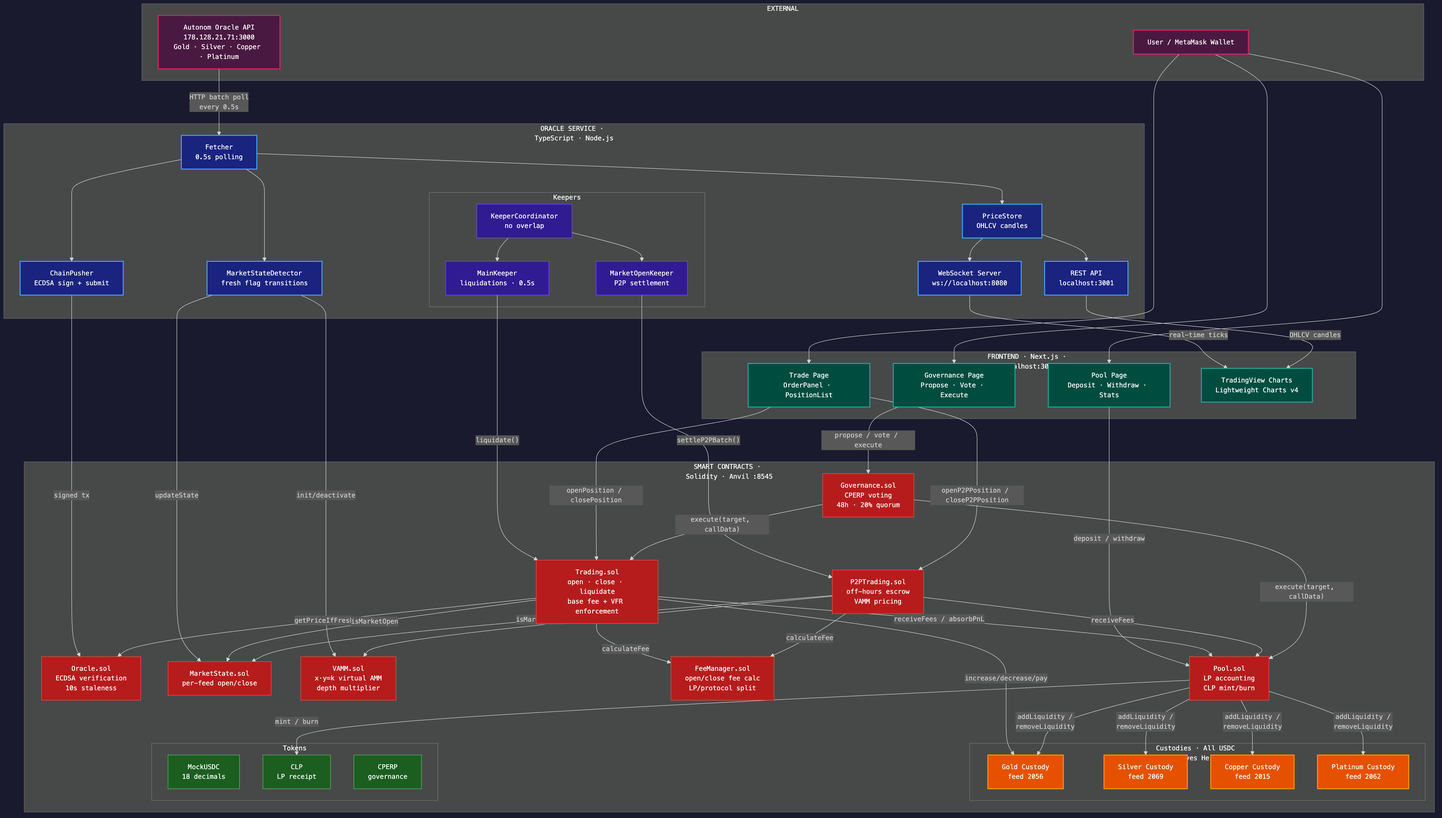
PixieDust0304/ctc-perps-rwa keeps this Mermaid diagram as FLOW.png. Above is the earlier version. Its source is kept beside it as flow.mmd. Source of this version:
```mermaid
%%{init: {'theme': 'dark', 'themeVariables': { 'fontSize': '14px', 'fontFamily': 'monospace' }}}%%
graph TB
    subgraph EXTERNAL["EXTERNAL"]
        AUTONOM["Autonom Oracle API<br/>178.128.21.71:3000<br/>Gold · Silver · Copper · Platinum"]
        USER["User / MetaMask Wallet"]
    end

    subgraph ORACLE_SERVICE["ORACLE SERVICE · TypeScript · Node.js"]
        FETCHER["Fetcher<br/>0.5s polling"]
        PRICESTORE["PriceStore<br/>OHLCV candles"]
        CHAINPUSHER["ChainPusher<br/>ECDSA sign + submit"]
        MARKETDETECTOR["MarketStateDetector<br/>fresh flag transitions"]
        WSSERVER["WebSocket Server<br/>ws://localhost:8080"]
        RESTAPI["REST API<br/>localhost:3001"]

        subgraph KEEPERS["Keepers"]
            COORDINATOR["KeeperCoordinator<br/>no overlap"]
            MAINKEEPER["MainKeeper<br/>liquidations · 0.5s"]
            MARKETKEEPER["MarketOpenKeeper<br/>P2P settlement"]
        end
    end

    subgraph FRONTEND["FRONTEND · Next.js · localhost:3000"]
        TRADEPAGE["Trade Page<br/>OrderPanel · PositionList"]
        POOLPAGE["Pool Page<br/>Deposit · Withdraw · Stats"]
        GOVPAGE["Governance Page<br/>Propose · Vote · Execute"]
        CHART["TradingView Charts<br/>Lightweight Charts v4"]
    end

    subgraph CONTRACTS["SMART CONTRACTS · Solidity · Anvil :8545"]
        ORACLE_SOL["Oracle.sol<br/>ECDSA verification<br/>10s staleness"]
        MARKETSTATE["MarketState.sol<br/>per-feed open/close"]
        TRADING["Trading.sol<br/>open · close · liquidate<br/>base fee + VFR enforcement"]
        P2PTRADING["P2PTrading.sol<br/>off-hours escrow<br/>VAMM pricing"]
        VAMM["VAMM.sol<br/>x·y=k virtual AMM<br/>depth multiplier"]
        FEEMANAGER["FeeManager.sol<br/>open/close fee calc<br/>LP/protocol split"]
        POOL["Pool.sol<br/>LP accounting<br/>CLP mint/burn"]
        GOVERNANCE["Governance.sol<br/>CPERP voting<br/>48h · 20% quorum"]

        subgraph CUSTODIES["Custodies · All USDC Lives Here"]
            CUSTODY_GOLD["Gold Custody<br/>feed 2056"]
            CUSTODY_SILVER["Silver Custody<br/>feed 2069"]
            CUSTODY_COPPER["Copper Custody<br/>feed 2015"]
            CUSTODY_PLAT["Platinum Custody<br/>feed 2062"]
        end

        subgraph TOKENS["Tokens"]
            USDC["MockUSDC<br/>18 decimals"]
            CLP["CLP<br/>LP receipt"]
            CPERP["CPERP<br/>governance"]
        end
    end

    AUTONOM -->|"HTTP batch poll<br/>every 0.5s"| FETCHER
    FETCHER --> PRICESTORE
    FETCHER --> CHAINPUSHER
    FETCHER --> MARKETDETECTOR
    PRICESTORE --> WSSERVER
    PRICESTORE --> RESTAPI
    CHAINPUSHER -->|"signed tx"| ORACLE_SOL
    MARKETDETECTOR -->|"updateState"| MARKETSTATE
    MARKETDETECTOR -->|"init/deactivate"| VAMM

    COORDINATOR --> MAINKEEPER
    COORDINATOR --> MARKETKEEPER
    MAINKEEPER -->|"liquidate()"| TRADING
    MARKETKEEPER -->|"settleP2PBatch()"| P2PTRADING

    WSSERVER -->|"real-time ticks"| CHART
    RESTAPI -->|"OHLCV candles"| CHART
    USER --> TRADEPAGE
    USER --> POOLPAGE
    USER --> GOVPAGE
    TRADEPAGE -->|"openPosition / closePosition"| TRADING
    TRADEPAGE -->|"openP2PPosition / closeP2PPosition"| P2PTRADING
    POOLPAGE -->|"deposit / withdraw"| POOL
    GOVPAGE -->|"propose / vote / execute"| GOVERNANCE

    TRADING -->|"getPriceIfFresh"| ORACLE_SOL
    TRADING -->|"isMarketOpen"| MARKETSTATE
    TRADING -->|"calculateFee"| FEEMANAGER
    TRADING -->|"increase/decrease/pay"| CUSTODY_GOLD
    TRADING -->|"receiveFees / absorbPnL"| POOL

    P2PTRADING -->|"swap / reverseSwap"| VAMM
    P2PTRADING -->|"isMarketOpen"| MARKETSTATE
    P2PTRADING -->|"calculateFee"| FEEMANAGER
    P2PTRADING -->|"receiveFees"| POOL

    POOL -->|"addLiquidity /<br/>removeLiquidity"| CUSTODY_GOLD
    POOL -->|"addLiquidity /<br/>removeLiquidity"| CUSTODY_SILVER
    POOL -->|"addLiquidity /<br/>removeLiquidity"| CUSTODY_COPPER
    POOL -->|"addLiquidity /<br/>removeLiquidity"| CUSTODY_PLAT
    POOL -->|"mint / burn"| CLP

    GOVERNANCE -->|"execute(target, callData)"| TRADING
    GOVERNANCE -->|"execute(target, callData)"| POOL

    classDef external fill:#4a1942,stroke:#e91e63,stroke-width:2px,color:#fff
    classDef oracle fill:#1a237e,stroke:#42a5f5,stroke-width:2px,color:#fff
    classDef frontend fill:#004d40,stroke:#26a69a,stroke-width:2px,color:#fff
    classDef contract fill:#b71c1c,stroke:#ef5350,stroke-width:1px,color:#fff
    classDef custody fill:#e65100,stroke:#ff9800,stroke-width:2px,color:#fff
    classDef token fill:#1b5e20,stroke:#66bb6a,stroke-width:1px,color:#fff
    classDef keeper fill:#311b92,stroke:#7c4dff,stroke-width:1px,color:#fff

    class AUTONOM,USER external
    class FETCHER,PRICESTORE,CHAINPUSHER,MARKETDETECTOR,WSSERVER,RESTAPI oracle
    class COORDINATOR,MAINKEEPER,MARKETKEEPER keeper
    class TRADEPAGE,POOLPAGE,GOVPAGE,CHART frontend
    class ORACLE_SOL,MARKETSTATE,TRADING,P2PTRADING,VAMM,FEEMANAGER,POOL,GOVERNANCE contract
    class CUSTODY_GOLD,CUSTODY_SILVER,CUSTODY_COPPER,CUSTODY_PLAT custody
    class USDC,CLP,CPERP token
```
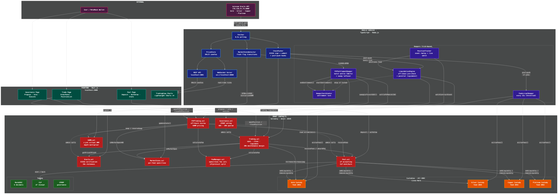
The same diagram one commit later.

The edit, as a diff of the source:
```diff
@@ -8,15 +8,17 @@
     subgraph ORACLE_SERVICE["ORACLE SERVICE · TypeScript · Node.js"]
         FETCHER["Fetcher<br/>0.5s polling"]
         PRICESTORE["PriceStore<br/>OHLCV candles"]
-        CHAINPUSHER["ChainPusher<br/>ECDSA sign + submit"]
+        CHAINPUSHER["ChainPusher<br/>ECDSA sign + submit<br/>+ post-push hooks"]
         MARKETDETECTOR["MarketStateDetector<br/>fresh flag transitions"]
         WSSERVER["WebSocket Server<br/>ws://localhost:8080"]
         RESTAPI["REST API<br/>localhost:3001"]
 
-        subgraph KEEPERS["Keepers"]
-            COORDINATOR["KeeperCoordinator<br/>no overlap"]
-            MAINKEEPER["MainKeeper<br/>liquidations · 0.5s"]
-            MARKETKEEPER["MarketOpenKeeper<br/>P2P settlement"]
+        subgraph KEEPERS["Keepers (tick-based, not polling)"]
+            COORDINATOR["KeeperCoordinator<br/>settlement lock"]
+            FAK["FeeAccrualKeeper<br/>every 15s (throttled)"]
+            LE["LiquidationEngine<br/>off-chain pre-check<br/>+ parallel liquidate()"]
+            PT["PositionTracker<br/>event replay + live watch"]
+            PSK["P2PSettlementKeeper<br/>batch settle (50/tx)<br/>+ sweep leftover"]
         end
     end
 
@@ -30,7 +32,7 @@
     subgraph CONTRACTS["SMART CONTRACTS · Solidity · Anvil :8545"]
         ORACLE_SOL["Oracle.sol<br/>ECDSA verification<br/>10s staleness"]
         MARKETSTATE["MarketState.sol<br/>per-feed open/close"]
-        TRADING["Trading.sol<br/>open · close · liquidate<br/>base fee + VFR enforcement"]
+        TRADING["Trading.sol<br/>open · close · liquidate<br/>30% maintenance margin"]
         P2PTRADING["P2PTrading.sol<br/>off-hours escrow<br/>VAMM pricing"]
         VAMM["VAMM.sol<br/>x·y=k virtual AMM<br/>depth multiplier"]
         FEEMANAGER["FeeManager.sol<br/>open/close fee calc<br/>LP/protocol split"]
@@ -45,7 +47,7 @@
         end
 
         subgraph TOKENS["Tokens"]
-            USDC["MockUSDC<br/>18 decimals"]
+            USDC["MockUSDC<br/>6 decimals"]
             CLP["CLP<br/>LP receipt"]
             CPERP["CPERP<br/>governance"]
         end
@@ -53,18 +55,34 @@
 
     AUTONOM -->|"HTTP batch poll<br/>every 0.5s"| FETCHER
     FETCHER --> PRICESTORE
+    FETCHER --> MARKETDETECTOR
     FETCHER --> CHAINPUSHER
-    FETCHER --> MARKETDETECTOR
     PRICESTORE --> WSSERVER
     PRICESTORE --> RESTAPI
+
     CHAINPUSHER -->|"signed tx"| ORACLE_SOL
-    MARKETDETECTOR -->|"updateState"| MARKETSTATE
-    MARKETDETECTOR -->|"init/deactivate"| VAMM
+    CHAINPUSHER -->|"post-push<br/>if ≥15s"| FAK
+    CHAINPUSHER -->|"post-push<br/>every tick"| LE
 
-    COORDINATOR --> MAINKEEPER
-    COORDINATOR --> MARKETKEEPER
-    MAINKEEPER -->|"liquidate()"| TRADING
-    MARKETKEEPER -->|"settleP2PBatch()"| P2PTRADING
+    MARKETDETECTOR -->|"CLOSED→OPEN"| PSK
+    MARKETDETECTOR -->|"OPEN→CLOSED<br/>initializeVAMM"| VAMM
+
+    FAK -->|"accrueFees()"| CUSTODY_GOLD
+    FAK -->|"accrueFees()"| CUSTODY_SILVER
+    FAK -->|"accrueFees()"| CUSTODY_COPPER
+    FAK -->|"accrueFees()"| CUSTODY_PLAT
+
+    PT -->|"positions feed"| LE
+    PT -->|"watchContractEvent"| TRADING
+    LE -->|"read accumulators"| CUSTODY_GOLD
+    LE -->|"Trading.liquidate()"| TRADING
+    LE -.->|"skip if locked"| COORDINATOR
+
+    PSK -->|"startSettlement()"| COORDINATOR
+    PSK -->|"updateState()"| MARKETSTATE
+    PSK -->|"settleP2PBatch(50)"| P2PTRADING
+    PSK -->|"sweepLeftoverUSDC()"| P2PTRADING
+    PSK -->|"endSettlement()"| COORDINATOR
 
     WSSERVER -->|"real-time ticks"| CHART
     RESTAPI -->|"OHLCV candles"| CHART
@@ -83,7 +101,7 @@
     TRADING -->|"receiveFees / absorbPnL"| POOL
 
     P2PTRADING -->|"swap / reverseSwap"| VAMM
-    P2PTRADING -->|"isMarketOpen"| MARKETSTATE
+    P2PTRADING -->|"isMarketOpen=NO"| MARKETSTATE
     P2PTRADING -->|"calculateFee"| FEEMANAGER
     P2PTRADING -->|"receiveFees"| POOL
 
@@ -93,8 +111,9 @@
     POOL -->|"addLiquidity /<br/>removeLiquidity"| CUSTODY_PLAT
     POOL -->|"mint / burn"| CLP
 
-    GOVERNANCE -->|"execute(target, callData)"| TRADING
-    GOVERNANCE -->|"execute(target, callData)"| POOL
+    GOVERNANCE -.->|"admin calls"| TRADING
+    GOVERNANCE -.->|"admin calls"| POOL
+    GOVERNANCE -.->|"admin calls"| ORACLE_SOL
 
     classDef external fill:#4a1942,stroke:#e91e63,stroke-width:2px,color:#fff
     classDef oracle fill:#1a237e,stroke:#42a5f5,stroke-width:2px,color:#fff
@@ -102,11 +121,11 @@
     classDef contract fill:#b71c1c,stroke:#ef5350,stroke-width:1px,color:#fff
     classDef custody fill:#e65100,stroke:#ff9800,stroke-width:2px,color:#fff
     classDef token fill:#1b5e20,stroke:#66bb6a,stroke-width:1px,color:#fff
-    classDef keeper fill:#311b92,stroke:#7c4dff,stroke-width:1px,color:#fff
+    classDef keeper fill:#311b92,stroke:#7c4dff,stroke-width:2px,color:#fff
 
     class AUTONOM,USER external
     class FETCHER,PRICESTORE,CHAINPUSHER,MARKETDETECTOR,WSSERVER,RESTAPI oracle
-    class COORDINATOR,MAINKEEPER,MARKETKEEPER keeper
+    class COORDINATOR,FAK,LE,PT,PSK keeper
     class TRADEPAGE,POOLPAGE,GOVPAGE,CHART frontend
     class ORACLE_SOL,MARKETSTATE,TRADING,P2PTRADING,VAMM,FEEMANAGER,POOL,GOVERNANCE contract
     class CUSTODY_GOLD,CUSTODY_SILVER,CUSTODY_COPPER,CUSTODY_PLAT custody
```
